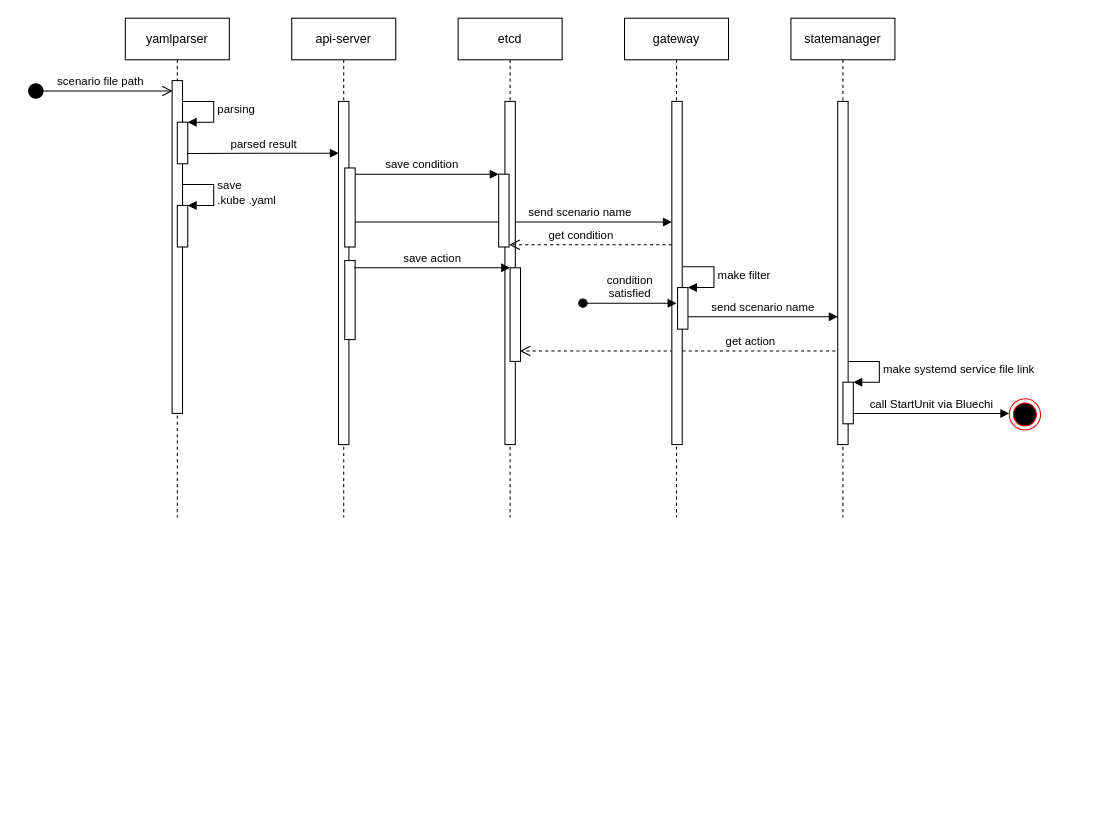
Earlier version of the draw.io diagram page "Sequence diagram" (2 of 2) of doc/images/piccolo.drawio (youngtaekiim/pullpiri). Source tidied: cells renumbered, new cells numbered last; positions are measured from the earlier drawing's top-left corner, leaving out a move shared by most shapes. Both pictures are drawn from the tidied source at 104%, with x=0, y=0 at pixel (27, 18).
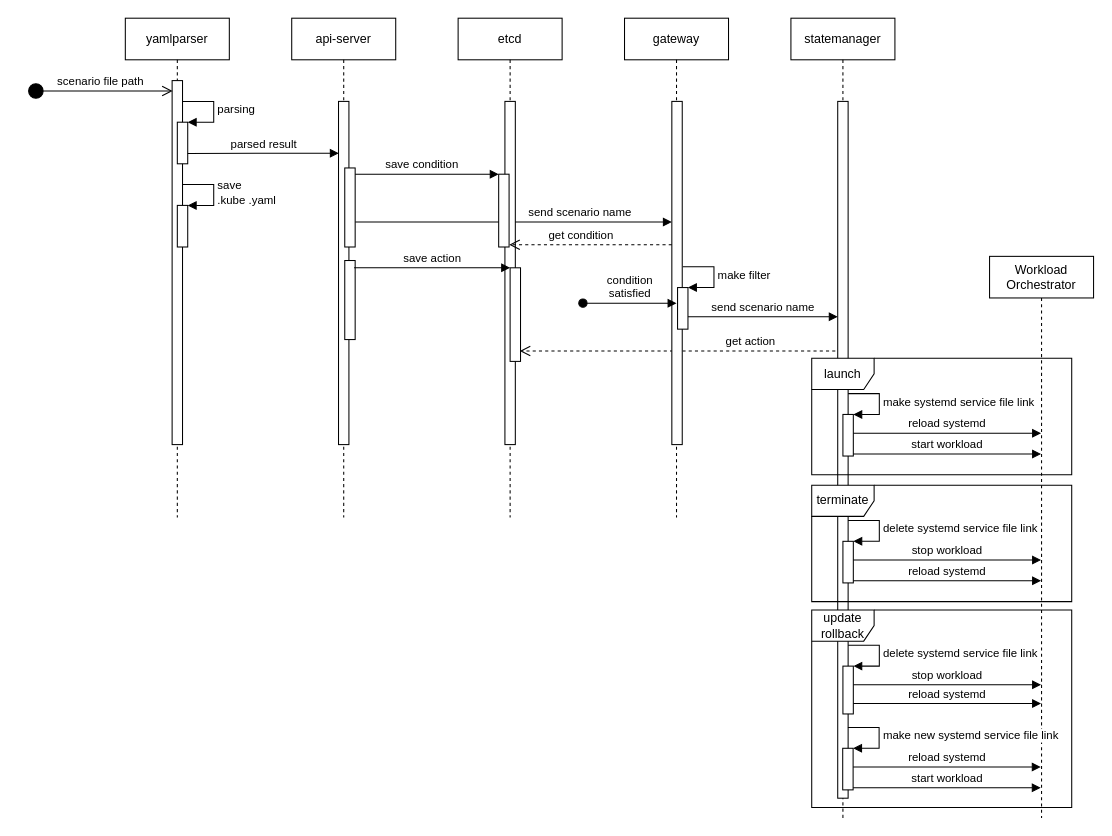
The same diagram, later.

Commit message (it also covers changes not shown here):
add sequence diagram (drawio, png)

The change refers to these unchanged cells:
```xml
<mxCell id="3" value="yamlparser" style="shape=umlLifeline;perimeter=lifelinePerimeter;whiteSpace=wrap;html=1;" parent="1" vertex="1">
  <mxGeometry x="94" width="100" height="480" as="geometry" />
</mxCell>
```

Change to the diagram source:
```diff
@@
     <mxCell id="4" style="html=1;perimeter=orthogonalPerimeter;" parent="3" vertex="1">
-      <mxGeometry x="45" y="60" width="10" height="320" as="geometry" />
+      <mxGeometry x="45" y="60" width="10" height="350" as="geometry" />
     </mxCell>
@@
     <mxCell id="21" value="statemanager" style="shape=umlLifeline;perimeter=lifelinePerimeter;whiteSpace=wrap;html=1;" parent="1" vertex="1">
-      <mxGeometry x="734" width="100" height="480" as="geometry" />
+      <mxGeometry x="734" width="100" height="769" as="geometry" />
     </mxCell>
     <mxCell id="22" style="html=1;perimeter=orthogonalPerimeter;" parent="21" vertex="1">
-      <mxGeometry x="45" y="80" width="10" height="330" as="geometry" />
+      <mxGeometry x="45" y="80" width="10" height="670" as="geometry" />
     </mxCell>
     <mxCell id="23" style="html=1;points=[];perimeter=orthogonalPerimeter;" parent="21" vertex="1">
-      <mxGeometry x="50" y="350" width="10" height="40" as="geometry" />
+      <mxGeometry x="50" y="381" width="10" height="40" as="geometry" />
     </mxCell>
     <mxCell id="24" value="make systemd service file link" style="edgeStyle=orthogonalEdgeStyle;html=1;align=left;spacingLeft=2;endArrow=block;rounded=0;entryX=1;entryY=0;" parent="21" edge="1" target="23">
       <mxGeometry relative="1" as="geometry">
-        <mxPoint x="55" y="330" as="sourcePoint" />
+        <mxPoint x="55" y="361" as="sourcePoint" />
         <Array as="points">
-          <mxPoint x="85" y="330" />
+          <mxPoint x="85" y="361" />
         </Array>
       </mxGeometry>
     </mxCell>
@@
-    <mxCell id="33" style="ellipse;html=1;shape=endState;fillColor=#000000;strokeColor=#ff0000;" parent="1" vertex="1">
-      <mxGeometry x="944" y="366" width="30" height="30" as="geometry" />
-    </mxCell>
-    <mxCell id="34" value="call StartUnit via Bluechi" style="html=1;verticalAlign=bottom;endArrow=block;exitX=1;exitY=0.75;exitDx=0;exitDy=0;exitPerimeter=0;" parent="1" edge="1" source="23">
+    <mxCell id="34" value="reload systemd" style="html=1;verticalAlign=bottom;endArrow=block;exitX=1;exitY=0.75;exitDx=0;exitDy=0;exitPerimeter=0;" parent="1" edge="1" target="35">
       <mxGeometry relative="1" as="geometry">
-        <mxPoint x="944" y="380" as="targetPoint" />
+        <mxPoint x="794" y="399" as="sourcePoint" />
       </mxGeometry>
     </mxCell>
+    <mxCell id="35" value="Workload&lt;br&gt;Orchestrator" style="shape=umlLifeline;perimeter=lifelinePerimeter;whiteSpace=wrap;html=1;outlineConnect=0;" parent="1" vertex="1">
+      <mxGeometry x="925" y="229" width="100" height="540" as="geometry" />
+    </mxCell>
+    <mxCell id="36" value="start workload" style="html=1;verticalAlign=bottom;endArrow=block;exitX=1;exitY=0.75;exitDx=0;exitDy=0;exitPerimeter=0;" parent="1" edge="1">
+      <mxGeometry relative="1" as="geometry">
+        <mxPoint x="794" y="419" as="sourcePoint" />
+        <mxPoint x="974.5" y="419" as="targetPoint" />
+      </mxGeometry>
+    </mxCell>
+    <mxCell id="37" value="terminate" style="shape=umlFrame;whiteSpace=wrap;html=1;" parent="1" vertex="1">
+      <mxGeometry x="754" y="449" width="250" height="112" as="geometry" />
+    </mxCell>
+    <mxCell id="38" style="html=1;points=[];perimeter=orthogonalPerimeter;" parent="1" vertex="1">
+      <mxGeometry x="784" y="503" width="10" height="40" as="geometry" />
+    </mxCell>
+    <mxCell id="39" value="delete systemd service file link" style="edgeStyle=orthogonalEdgeStyle;html=1;align=left;spacingLeft=2;endArrow=block;rounded=0;entryX=1;entryY=0;" parent="1" edge="1" target="38">
+      <mxGeometry relative="1" as="geometry">
+        <mxPoint x="789" y="483" as="sourcePoint" />
+        <Array as="points">
+          <mxPoint x="819" y="483" />
+        </Array>
+      </mxGeometry>
+    </mxCell>
+    <mxCell id="40" value="stop workload" style="html=1;verticalAlign=bottom;endArrow=block;exitX=1;exitY=0.75;exitDx=0;exitDy=0;exitPerimeter=0;" parent="1" edge="1">
+      <mxGeometry relative="1" as="geometry">
+        <mxPoint x="794" y="521" as="sourcePoint" />
+        <mxPoint x="974.5" y="521" as="targetPoint" />
+      </mxGeometry>
+    </mxCell>
+    <mxCell id="41" value="reload systemd" style="html=1;verticalAlign=bottom;endArrow=block;exitX=1;exitY=0.75;exitDx=0;exitDy=0;exitPerimeter=0;" parent="1" edge="1">
+      <mxGeometry relative="1" as="geometry">
+        <mxPoint x="794" y="541" as="sourcePoint" />
+        <mxPoint x="974.5" y="541" as="targetPoint" />
+      </mxGeometry>
+    </mxCell>
+    <mxCell id="42" value="update&lt;br&gt;rollback" style="shape=umlFrame;whiteSpace=wrap;html=1;" parent="1" vertex="1">
+      <mxGeometry x="754" y="569" width="250" height="190" as="geometry" />
+    </mxCell>
+    <mxCell id="43" style="html=1;points=[];perimeter=orthogonalPerimeter;" parent="1" vertex="1">
+      <mxGeometry x="784" y="623" width="10" height="46" as="geometry" />
+    </mxCell>
+    <mxCell id="44" value="delete systemd service file link" style="edgeStyle=orthogonalEdgeStyle;html=1;align=left;spacingLeft=2;endArrow=block;rounded=0;entryX=1;entryY=0;" parent="1" edge="1" target="43">
+      <mxGeometry relative="1" as="geometry">
+        <mxPoint x="789" y="603" as="sourcePoint" />
+        <Array as="points">
+          <mxPoint x="819" y="603" />
+        </Array>
+      </mxGeometry>
+    </mxCell>
+    <mxCell id="45" value="stop workload" style="html=1;verticalAlign=bottom;endArrow=block;exitX=1;exitY=0.75;exitDx=0;exitDy=0;exitPerimeter=0;" parent="1" edge="1">
+      <mxGeometry relative="1" as="geometry">
+        <mxPoint x="794" y="641" as="sourcePoint" />
+        <mxPoint x="974.5" y="641" as="targetPoint" />
+      </mxGeometry>
+    </mxCell>
+    <mxCell id="46" value="launch" style="shape=umlFrame;whiteSpace=wrap;html=1;" parent="1" vertex="1">
+      <mxGeometry x="754" y="327" width="250" height="112" as="geometry" />
+    </mxCell>
+    <mxCell id="47" style="html=1;points=[];perimeter=orthogonalPerimeter;" parent="1" vertex="1">
+      <mxGeometry x="783.8" y="702" width="10" height="40" as="geometry" />
+    </mxCell>
+    <mxCell id="48" value="make new systemd service file link" style="edgeStyle=orthogonalEdgeStyle;html=1;align=left;spacingLeft=2;endArrow=block;rounded=0;entryX=1;entryY=0;" parent="1" edge="1" target="47">
+      <mxGeometry relative="1" as="geometry">
+        <mxPoint x="788.8" y="682" as="sourcePoint" />
+        <Array as="points">
+          <mxPoint x="818.8" y="682" />
+        </Array>
+      </mxGeometry>
+    </mxCell>
+    <mxCell id="49" value="reload systemd" style="html=1;verticalAlign=bottom;endArrow=block;exitX=1;exitY=0.75;exitDx=0;exitDy=0;exitPerimeter=0;" parent="1" edge="1">
+      <mxGeometry relative="1" as="geometry">
+        <mxPoint x="793.8" y="720" as="sourcePoint" />
+        <mxPoint x="974.2" y="720" as="targetPoint" />
+      </mxGeometry>
+    </mxCell>
+    <mxCell id="50" value="start workload" style="html=1;verticalAlign=bottom;endArrow=block;exitX=1;exitY=0.75;exitDx=0;exitDy=0;exitPerimeter=0;" parent="1" edge="1">
+      <mxGeometry relative="1" as="geometry">
+        <mxPoint x="793.8" y="740" as="sourcePoint" />
+        <mxPoint x="974.2" y="740" as="targetPoint" />
+      </mxGeometry>
+    </mxCell>
+    <mxCell id="51" value="reload systemd" style="html=1;verticalAlign=bottom;endArrow=block;exitX=1;exitY=0.75;exitDx=0;exitDy=0;exitPerimeter=0;" parent="1" edge="1">
+      <mxGeometry relative="1" as="geometry">
+        <mxPoint x="794" y="659" as="sourcePoint" />
+        <mxPoint x="974.5" y="659" as="targetPoint" />
+      </mxGeometry>
+    </mxCell>
```
